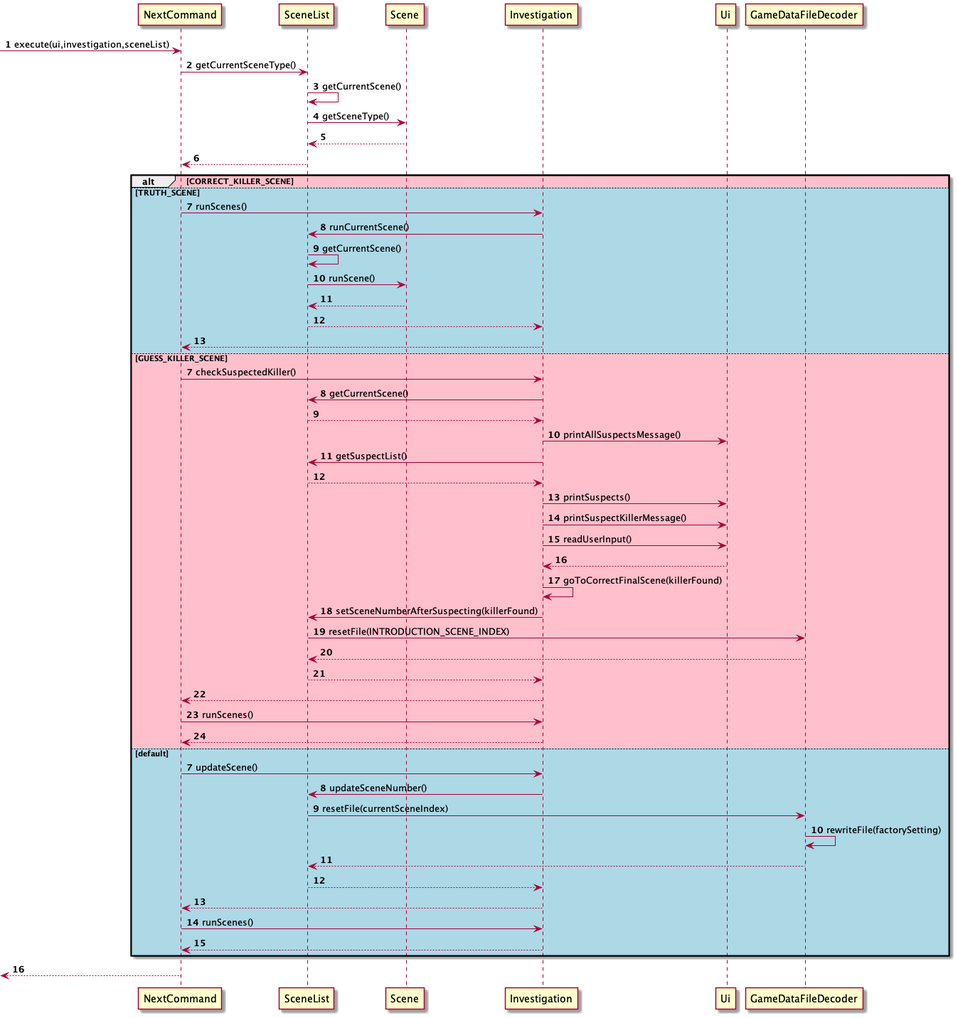
This is docs/next_command_sequence_diagram.png from peng-217/tp, a PlantUML export, as it was before one commit. The source it was exported from:
```plantuml
@startuml
autonumber

-> NextCommand: execute(ui,investigation,sceneList)
NextCommand -> SceneList: getCurrentSceneType()
SceneList -> SceneList: getCurrentScene()
SceneList -> Scene: getSceneType()
SceneList <-- Scene
NextCommand <-- SceneList
alt #pink CORRECT_KILLER_SCENE

autonumber 7

else #lightBlue TRUTH_SCENE
    NextCommand -> Investigation: runScenes()
    Investigation -> SceneList: runCurrentScene()
    SceneList -> SceneList: getCurrentScene()
    SceneList -> Scene: runScene()
    SceneList <-- Scene
    Investigation <-- SceneList
    NextCommand <-- Investigation

autonumber 7

else #pink GUESS_KILLER_SCENE
    NextCommand -> Investigation: checkSuspectedKiller()
    Investigation -> SceneList: getCurrentScene()
    Investigation <-- SceneList
    Investigation -> Ui: printAllSuspectsMessage()
    Investigation -> SceneList: getSuspectList()
    Investigation <-- SceneList
    Investigation -> Ui: printSuspects()
    Investigation -> Ui: printSuspectKillerMessage()
    Investigation -> Ui: readUserInput()
    Investigation <-- Ui
    Investigation -> Investigation: goToCorrectFinalScene(killerFound)
    Investigation -> SceneList: setSceneNumberAfterSuspecting(killerFound)
    SceneList -> GameDataFileDecoder: resetFile(INTRODUCTION_SCENE_INDEX)
    SceneList <-- GameDataFileDecoder
    Investigation <-- SceneList
    NextCommand <-- Investigation
    NextCommand -> Investigation: runScenes()
    NextCommand <-- Investigation

autonumber 7

else #lightBlue default
    NextCommand -> Investigation: updateScene()
    Investigation -> SceneList: updateSceneNumber()
    SceneList -> GameDataFileDecoder: resetFile(currentSceneIndex)
    GameDataFileDecoder -> GameDataFileDecoder: rewriteFile(factorySetting)
    SceneList <-- GameDataFileDecoder
    Investigation <-- SceneList
    NextCommand <-- Investigation
    NextCommand -> Investigation: runScenes()
    NextCommand <-- Investigation
end
<-- NextCommand
@enduml
```
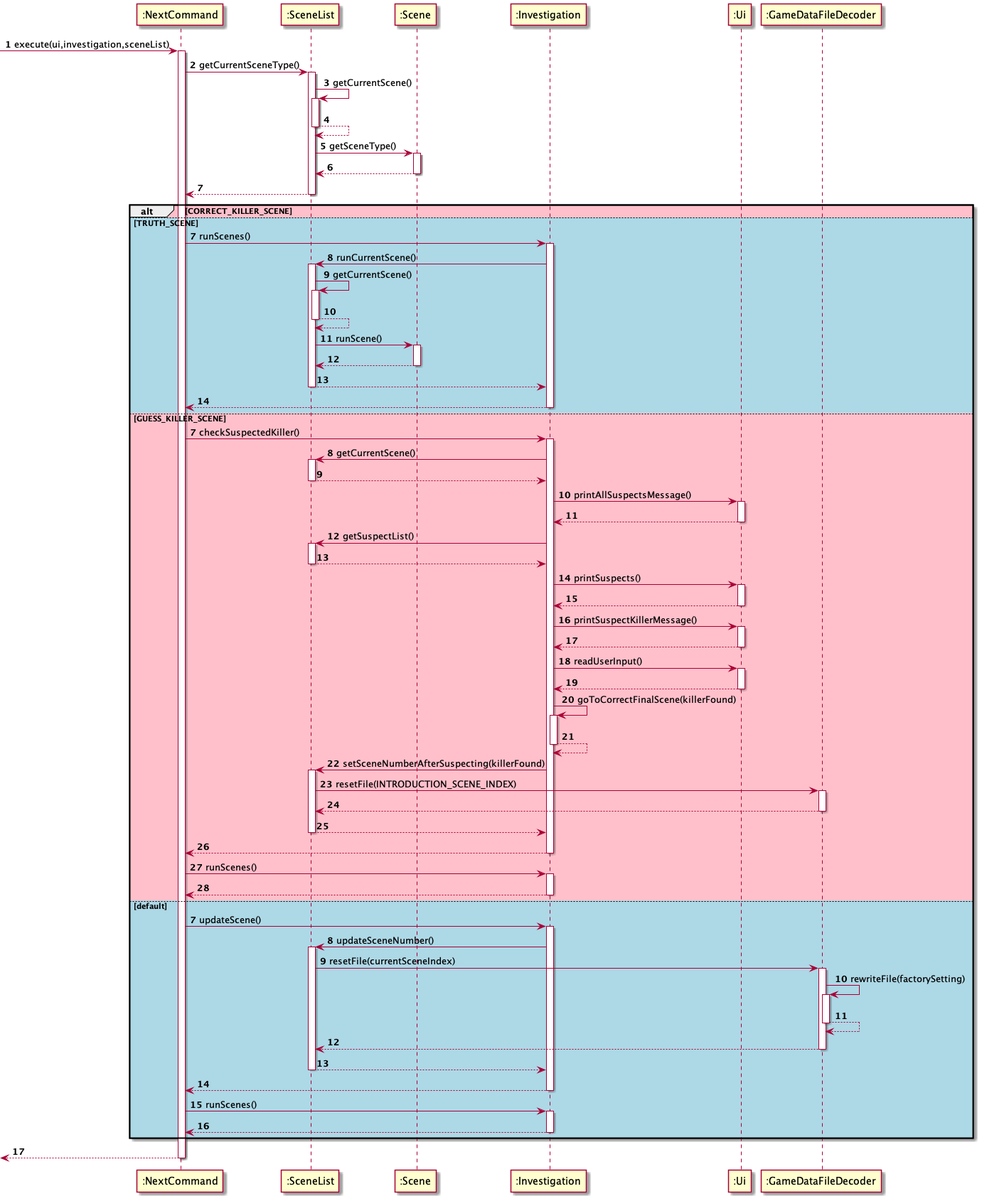
The same file after the commit.

Commit message:
Update uml diagrams for command component

The edit, as a diff of the source:
```diff
@@ -1,59 +1,110 @@
 @startuml
 autonumber
 
--> NextCommand: execute(ui,investigation,sceneList)
-NextCommand -> SceneList: getCurrentSceneType()
-SceneList -> SceneList: getCurrentScene()
-SceneList -> Scene: getSceneType()
-SceneList <-- Scene
-NextCommand <-- SceneList
+-> ":NextCommand": execute(ui,investigation,sceneList)
+activate ":NextCommand"
+":NextCommand" -> ":SceneList": getCurrentSceneType()
+activate ":SceneList"
+":SceneList" -> ":SceneList": getCurrentScene()
+activate ":SceneList"
+return
+":SceneList" -> ":Scene": getSceneType()
+activate ":Scene"
+":SceneList" <-- ":Scene"
+deactivate ":Scene"
+":NextCommand" <-- ":SceneList"
+deactivate ":SceneList"
 alt #pink CORRECT_KILLER_SCENE
 
 autonumber 7
 
 else #lightBlue TRUTH_SCENE
-    NextCommand -> Investigation: runScenes()
-    Investigation -> SceneList: runCurrentScene()
-    SceneList -> SceneList: getCurrentScene()
-    SceneList -> Scene: runScene()
-    SceneList <-- Scene
-    Investigation <-- SceneList
-    NextCommand <-- Investigation
+    ":NextCommand" -> ":Investigation": runScenes()
+    activate ":Investigation"
+    ":Investigation" -> ":SceneList": runCurrentScene()
+    activate ":SceneList"
+    ":SceneList" -> ":SceneList": getCurrentScene()
+    activate ":SceneList"
+    return
+    ":SceneList" -> ":Scene": runScene()
+    activate ":Scene"
+    ":SceneList" <-- ":Scene"
+    deactivate ":Scene"
+    ":Investigation" <-- ":SceneList"
+    deactivate ":SceneList"
+    ":NextCommand" <-- ":Investigation"
+    deactivate ":Investigation"
 
 autonumber 7
 
 else #pink GUESS_KILLER_SCENE
-    NextCommand -> Investigation: checkSuspectedKiller()
-    Investigation -> SceneList: getCurrentScene()
-    Investigation <-- SceneList
-    Investigation -> Ui: printAllSuspectsMessage()
-    Investigation -> SceneList: getSuspectList()
-    Investigation <-- SceneList
-    Investigation -> Ui: printSuspects()
-    Investigation -> Ui: printSuspectKillerMessage()
-    Investigation -> Ui: readUserInput()
-    Investigation <-- Ui
-    Investigation -> Investigation: goToCorrectFinalScene(killerFound)
-    Investigation -> SceneList: setSceneNumberAfterSuspecting(killerFound)
-    SceneList -> GameDataFileDecoder: resetFile(INTRODUCTION_SCENE_INDEX)
-    SceneList <-- GameDataFileDecoder
-    Investigation <-- SceneList
-    NextCommand <-- Investigation
-    NextCommand -> Investigation: runScenes()
-    NextCommand <-- Investigation
+    ":NextCommand" -> ":Investigation": checkSuspectedKiller()
+    activate ":Investigation"
+    ":Investigation" -> ":SceneList": getCurrentScene()
+    activate ":SceneList"
+    ":Investigation" <-- ":SceneList"
+    deactivate ":SceneList"
+    ":Investigation" -> ":Ui": printAllSuspectsMessage()
+    activate ":Ui"
+    ":Investigation" <-- ":Ui"
+    deactivate ":Ui"
+    ":Investigation" -> ":SceneList": getSuspectList()
+    activate ":SceneList"
+    ":Investigation" <-- ":SceneList"
+    deactivate ":SceneList"
+    ":Investigation" -> ":Ui": printSuspects()
+    activate ":Ui"
+    ":Investigation" <-- ":Ui"
+    deactivate ":Ui"
+    ":Investigation" -> ":Ui": printSuspectKillerMessage()
+    activate ":Ui"
+    ":Investigation" <-- ":Ui"
+    deactivate ":Ui"
+    ":Investigation" -> ":Ui": readUserInput()
+    activate ":Ui"
+    ":Investigation" <-- ":Ui"
+    deactivate ":Ui"
+    ":Investigation" -> ":Investigation": goToCorrectFinalScene(killerFound)
+    activate ":Investigation"
+    return
+    ":Investigation" -> ":SceneList": setSceneNumberAfterSuspecting(killerFound)
+    activate ":SceneList"
+    ":SceneList" -> ":GameDataFileDecoder": resetFile(INTRODUCTION_SCENE_INDEX)
+    activate ":GameDataFileDecoder"
+    ":SceneList" <-- ":GameDataFileDecoder"
+    deactivate ":GameDataFileDecoder"
+    ":Investigation" <-- ":SceneList"
+    deactivate ":SceneList"
+    ":NextCommand" <-- ":Investigation"
+    deactivate ":Investigation"
+    ":NextCommand" -> ":Investigation": runScenes()
+    activate ":Investigation"
+    ":NextCommand" <-- ":Investigation"
+    deactivate ":Investigation"
 
 autonumber 7
 
 else #lightBlue default
-    NextCommand -> Investigation: updateScene()
-    Investigation -> SceneList: updateSceneNumber()
-    SceneList -> GameDataFileDecoder: resetFile(currentSceneIndex)
-    GameDataFileDecoder -> GameDataFileDecoder: rewriteFile(factorySetting)
-    SceneList <-- GameDataFileDecoder
-    Investigation <-- SceneList
-    NextCommand <-- Investigation
-    NextCommand -> Investigation: runScenes()
-    NextCommand <-- Investigation
+    ":NextCommand" -> ":Investigation": updateScene()
+    activate ":Investigation"
+    ":Investigation" -> ":SceneList": updateSceneNumber()
+    activate ":SceneList"
+    ":SceneList" -> ":GameDataFileDecoder": resetFile(currentSceneIndex)
+    activate ":GameDataFileDecoder"
+    ":GameDataFileDecoder" -> ":GameDataFileDecoder": rewriteFile(factorySetting)
+    activate ":GameDataFileDecoder"
+    return
+    ":SceneList" <-- ":GameDataFileDecoder"
+    deactivate ":GameDataFileDecoder"
+    ":Investigation" <-- ":SceneList"
+    deactivate ":SceneList"
+    ":NextCommand" <-- ":Investigation"
+    deactivate ":Investigation"
+    ":NextCommand" -> ":Investigation": runScenes()
+    activate ":Investigation"
+    ":NextCommand" <-- ":Investigation"
+    deactivate ":Investigation"
 end
-<-- NextCommand
+<-- ":NextCommand"
+deactivate ":NextCommand"
 @enduml
```
